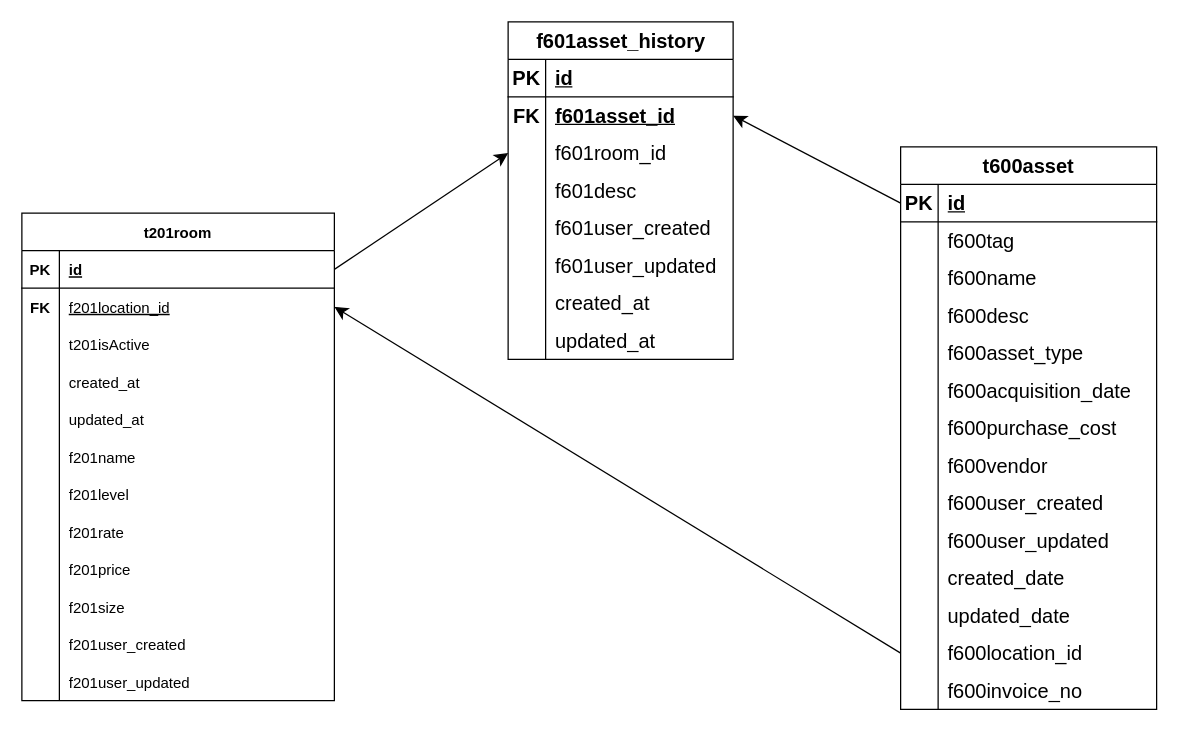
This is page "asset trackking" (5 of 5) of rentall_app.drawio from harishaikal940322/diagram, a draw.io file, before an edit. Source tidied: cells renumbered, new cells numbered last; positions are measured from the earlier drawing's top-left corner, leaving out a move shared by most shapes. Both pictures are drawn from the tidied source at 125%, with x=0, y=0 at pixel (21, 21).
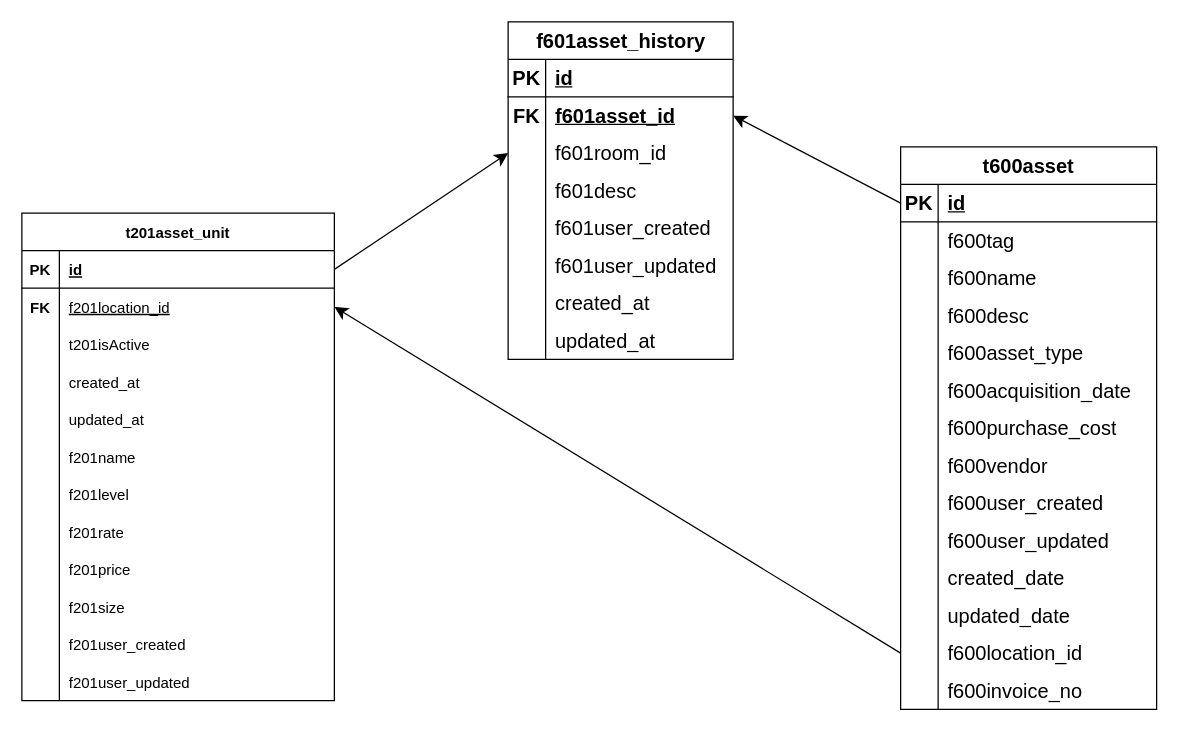
The same diagram, later.

Diff of the diagram source:
```diff
@@
-    <mxCell id="2" value="t201room" style="shape=table;startSize=30;childLayout=tableLayout;rowLines=0;fontStyle=1;align=center;" parent="1" vertex="1">
+    <mxCell id="2" value="t201asset_unit" style="shape=table;startSize=30;childLayout=tableLayout;rowLines=0;fontStyle=1;align=center;" parent="1" vertex="1">
       <mxGeometry y="153" width="250" height="390" as="geometry" />
     </mxCell>
```
